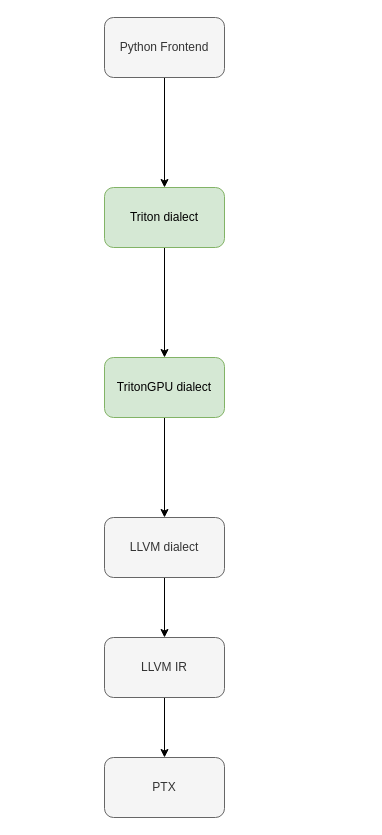
Superjomn/_tmp_images keeps this draw.io diagram as triton-ir.drawio. Above is the earlier version. Source tidied: cells renumbered, new cells numbered last; positions are measured from the earlier drawing's top-left corner, leaving out a move shared by most shapes. Both pictures are drawn from the tidied source at 100%, with x=0, y=0 at pixel (104, 17).
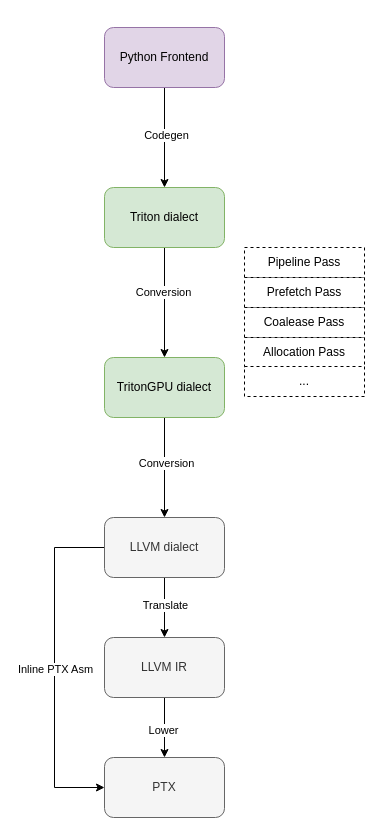
After the change.

The change refers to these unchanged cells:
```xml
<mxCell id="2" style="edgeStyle=orthogonalEdgeStyle;rounded=0;jettySize=auto;html=1;exitX=0.5;exitY=1;exitDx=0;exitDy=0;entryX=0.5;entryY=0;entryDx=0;entryDy=0;" parent="1" edge="1" source="3" target="5">
  <mxGeometry relative="1" as="geometry" />
</mxCell>
<mxCell id="4" style="edgeStyle=orthogonalEdgeStyle;rounded=0;jettySize=auto;html=1;exitX=0.5;exitY=1;exitDx=0;exitDy=0;entryX=0.5;entryY=0;entryDx=0;entryDy=0;" parent="1" edge="1" source="5" target="9">
  <mxGeometry relative="1" as="geometry" />
</mxCell>
<mxCell id="6" style="edgeStyle=orthogonalEdgeStyle;rounded=0;jettySize=auto;html=1;" parent="1" edge="1" source="7" target="3">
  <mxGeometry relative="1" as="geometry" />
</mxCell>
<mxCell id="8" style="edgeStyle=orthogonalEdgeStyle;rounded=0;jettySize=auto;html=1;" parent="1" edge="1" source="9" target="11">
  <mxGeometry relative="1" as="geometry" />
</mxCell>
<mxCell id="9" value="LLVM dialect" style="rounded=1;whiteSpace=wrap;html=1;fillColor=#f5f5f5;strokeColor=#666666;fontColor=#333333;" parent="1" vertex="1">
  <mxGeometry y="500" width="120" height="60" as="geometry" />
</mxCell>
<mxCell id="10" style="edgeStyle=orthogonalEdgeStyle;rounded=0;jettySize=auto;html=1;" parent="1" edge="1" source="11" target="12">
  <mxGeometry relative="1" as="geometry" />
</mxCell>
<mxCell id="12" value="PTX" style="rounded=1;whiteSpace=wrap;html=1;fillColor=#f5f5f5;strokeColor=#666666;fontColor=#333333;" parent="1" vertex="1">
  <mxGeometry y="740" width="120" height="60" as="geometry" />
</mxCell>
```

The edit, as a diff of the source:
```diff
@@
+    <mxCell id="13" value="Conversion" style="edgeLabel;html=1;align=center;verticalAlign=middle;" parent="2" vertex="1">
+      <mxGeometry x="-0.2" y="-2" relative="1" as="geometry" />
+    </mxCell>
@@
+    <mxCell id="14" value="Conversion" style="edgeLabel;html=1;align=center;verticalAlign=middle;" parent="4" vertex="1">
+      <mxGeometry x="-0.1" y="1" relative="1" as="geometry" />
+    </mxCell>
@@
+    <mxCell id="15" value="Codegen" style="edgeLabel;html=1;align=center;verticalAlign=middle;" parent="6" vertex="1">
+      <mxGeometry x="-0.07" y="1" relative="1" as="geometry" />
+    </mxCell>
-    <mxCell id="7" value="Python Frontend" style="rounded=1;whiteSpace=wrap;html=1;fillColor=#f5f5f5;strokeColor=#666666;fontColor=#333333;" parent="1" vertex="1">
-      <mxGeometry width="120" height="60" as="geometry" />
+    <mxCell id="7" value="Python Frontend" style="rounded=1;whiteSpace=wrap;html=1;fillColor=#e1d5e7;strokeColor=#9673a6;" parent="1" vertex="1">
+      <mxGeometry y="10" width="120" height="60" as="geometry" />
     </mxCell>
@@
+    <mxCell id="16" value="Translate" style="edgeLabel;html=1;align=center;verticalAlign=middle;" parent="8" vertex="1">
+      <mxGeometry x="-0.1" relative="1" as="geometry" />
+    </mxCell>
+    <mxCell id="17" style="edgeStyle=orthogonalEdgeStyle;rounded=0;jettySize=auto;html=1;exitX=0;exitY=0.5;exitDx=0;exitDy=0;entryX=0;entryY=0.5;entryDx=0;entryDy=0;" parent="1" edge="1" source="9" target="12">
+      <mxGeometry relative="1" as="geometry">
+        <Array as="points">
+          <mxPoint x="-50" y="530" />
+          <mxPoint x="-50" y="770" />
+        </Array>
+      </mxGeometry>
+    </mxCell>
+    <mxCell id="18" value="Inline PTX Asm" style="edgeLabel;html=1;align=center;verticalAlign=middle;" parent="17" vertex="1">
+      <mxGeometry x="-0.09" relative="1" as="geometry">
+        <mxPoint y="16" as="offset" />
+      </mxGeometry>
+    </mxCell>
@@
+    <mxCell id="19" value="Lower" style="edgeLabel;html=1;align=center;verticalAlign=middle;" parent="10" vertex="1">
+      <mxGeometry x="0.07" y="-2" relative="1" as="geometry" />
+    </mxCell>
@@
+    <mxCell id="20" style="group;dashed=1;" parent="1" vertex="1">
+      <mxGeometry x="140" y="230" width="120" height="150" as="geometry" />
+    </mxCell>
+    <mxCell id="21" value="Pipeline Pass" style="rounded=0;whiteSpace=wrap;html=1;dashed=1;" parent="20" vertex="1">
+      <mxGeometry width="120" height="30" as="geometry" />
+    </mxCell>
+    <mxCell id="22" value="Prefetch Pass" style="rounded=0;whiteSpace=wrap;html=1;dashed=1;" parent="20" vertex="1">
+      <mxGeometry y="30" width="120" height="30" as="geometry" />
+    </mxCell>
+    <mxCell id="23" value="Coalease Pass" style="rounded=0;whiteSpace=wrap;html=1;dashed=1;" parent="20" vertex="1">
+      <mxGeometry y="60" width="120" height="30" as="geometry" />
+    </mxCell>
+    <mxCell id="24" value="Allocation Pass" style="rounded=0;whiteSpace=wrap;html=1;dashed=1;" parent="20" vertex="1">
+      <mxGeometry y="90" width="120" height="30" as="geometry" />
+    </mxCell>
+    <mxCell id="25" value="..." style="rounded=0;whiteSpace=wrap;html=1;dashed=1;" parent="20" vertex="1">
+      <mxGeometry y="119" width="120" height="30" as="geometry" />
+    </mxCell>
```
